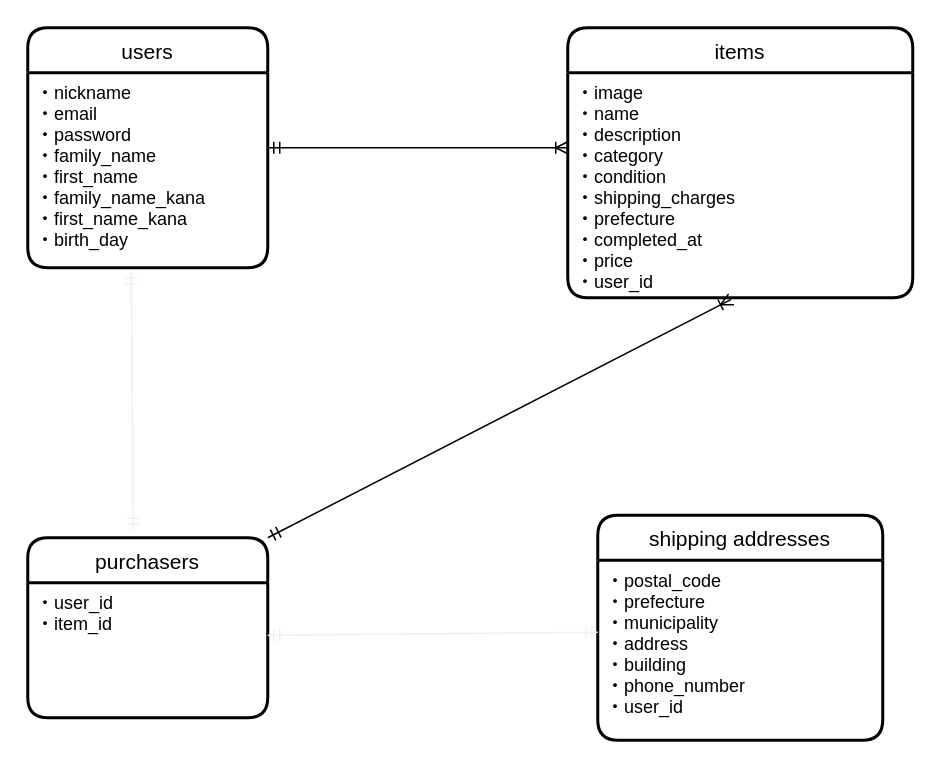
Above: app/views/furima-31519.dio in takuya20201003/furima-31519 (draw.io), before the change. Source tidied: cells renumbered, new cells numbered last; positions are measured from the earlier drawing's top-left corner, leaving out a move shared by most shapes. Both pictures are drawn from the tidied source at 150%, with x=0, y=0 at pixel (27, 27).
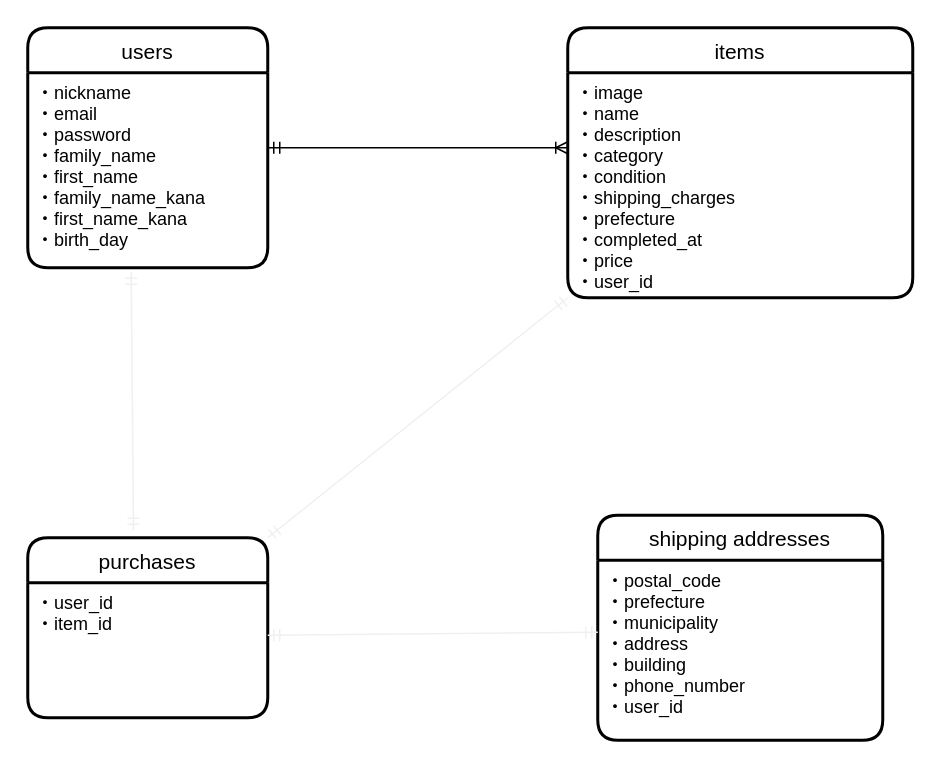
Above is the later version.

What changed in the source:
```diff
@@
 <mxGraphModel>
   <root>
     <mxCell id="0" />
     <mxCell id="1" parent="0" />
     <mxCell id="2" value="users" style="swimlane;horizontal=1;startSize=30;rounded=1;fontSize=14;fontStyle=0;strokeWidth=2;shadow=0;dashed=0;align=center;" parent="1" vertex="1">
       <mxGeometry width="160" height="160" as="geometry" />
     </mxCell>
     <mxCell id="3" value="・nickname&#10;・email&#10;・password&#10;・family_name&#10;・first_name&#10;・family_name_kana&#10;・first_name_kana&#10;・birth_day" style="align=left;strokeColor=none;fillColor=none;spacingLeft=4;fontSize=12;verticalAlign=top;" parent="2" vertex="1">
       <mxGeometry y="30" width="160" height="130" as="geometry" />
     </mxCell>
     <mxCell id="4" value="items" style="swimlane;horizontal=1;startSize=30;rounded=1;fontSize=14;fontStyle=0;strokeWidth=2;shadow=0;dashed=0;align=center;" parent="1" vertex="1">
       <mxGeometry x="360" width="230" height="180" as="geometry" />
     </mxCell>
     <mxCell id="5" value="・image&#10;・name&#10;・description&#10;・category&#10;・condition&#10;・shipping_charges&#10;・prefecture&#10;・completed_at&#10;・price&#10;・user_id&#10;&#10;&#10;&#10;" style="align=left;strokeColor=none;fillColor=none;spacingLeft=4;fontSize=12;verticalAlign=top;" parent="4" vertex="1">
       <mxGeometry y="30" width="230" height="150" as="geometry" />
     </mxCell>
+    <mxCell id="14" style="fontSize=12;html=1;endArrow=ERmandOne;startArrow=ERmandOne;strokeColor=#f0f0f0;exitX=0.5;exitY=0;exitDx=0;exitDy=0;entryX=0;entryY=1;entryDx=0;entryDy=0;" parent="4" edge="1" target="5">
+      <mxGeometry relative="1" as="geometry">
+        <mxPoint x="-200" y="340" as="sourcePoint" />
+      </mxGeometry>
+    </mxCell>
     <mxCell id="6" value="shipping addresses" style="swimlane;horizontal=1;startSize=30;rounded=1;fontSize=14;fontStyle=0;strokeWidth=2;shadow=0;dashed=0;align=center;" parent="1" vertex="1">
       <mxGeometry x="380" y="325" width="190" height="150" as="geometry" />
     </mxCell>
     <mxCell id="7" value="・postal_code&#10;・prefecture&#10;・municipality&#10;・address&#10;・building&#10;・phone_number&#10;・user_id&#10;&#10;&#10;&#10;" style="align=left;strokeColor=none;fillColor=none;spacingLeft=4;fontSize=12;verticalAlign=top;" parent="6" vertex="1">
       <mxGeometry y="30" width="190" height="120" as="geometry" />
     </mxCell>
     <mxCell id="8" style="edgeStyle=entityRelationEdgeStyle;fontSize=12;html=1;endArrow=ERoneToMany;startArrow=ERmandOne;" parent="1" edge="1">
       <mxGeometry relative="1" as="geometry">
         <mxPoint x="160" y="80" as="sourcePoint" />
         <mxPoint x="360" y="80" as="targetPoint" />
       </mxGeometry>
     </mxCell>
-    <mxCell id="9" value="purchasers" style="swimlane;horizontal=1;startSize=30;rounded=1;fontSize=14;fontStyle=0;strokeWidth=2;shadow=0;dashed=0;align=center;" parent="1" vertex="1">
+    <mxCell id="9" value="purchases" style="swimlane;horizontal=1;startSize=30;rounded=1;fontSize=14;fontStyle=0;strokeWidth=2;shadow=0;dashed=0;align=center;" parent="1" vertex="1">
       <mxGeometry y="340" width="160" height="120" as="geometry" />
     </mxCell>
     <mxCell id="10" value="・user_id&#10;・item_id" style="align=left;strokeColor=none;fillColor=none;spacingLeft=4;fontSize=12;verticalAlign=top;whiteSpace=wrap;" parent="9" vertex="1">
       <mxGeometry y="30" width="160" height="90" as="geometry" />
     </mxCell>
     <mxCell id="11" style="fontSize=12;html=1;endArrow=ERmandOne;startArrow=ERmandOne;strokeColor=#f0f0f0;entryX=0.431;entryY=1.023;entryDx=0;entryDy=0;exitX=0.5;exitY=0;exitDx=0;exitDy=0;entryPerimeter=0;" parent="1" edge="1" target="3">
       <mxGeometry relative="1" as="geometry">
         <mxPoint x="70.5" y="335" as="sourcePoint" />
       </mxGeometry>
     </mxCell>
-    <mxCell id="12" style="fontSize=12;html=1;endArrow=ERoneToMany;startArrow=ERmandOne;entryX=0.474;entryY=1.007;entryDx=0;entryDy=0;entryPerimeter=0;exitX=1;exitY=0;exitDx=0;exitDy=0;" parent="1" edge="1" source="9" target="5">
-      <mxGeometry relative="1" as="geometry" />
-    </mxCell>
     <mxCell id="13" style="fontSize=12;html=1;endArrow=ERmandOne;startArrow=ERmandOne;strokeColor=#f0f0f0;entryX=0;entryY=0.4;entryDx=0;entryDy=0;exitX=1;exitY=0.389;exitDx=0;exitDy=0;exitPerimeter=0;entryPerimeter=0;" parent="1" edge="1" source="10" target="7">
       <mxGeometry relative="1" as="geometry" />
     </mxCell>
   </root>
 </mxGraphModel>
```
